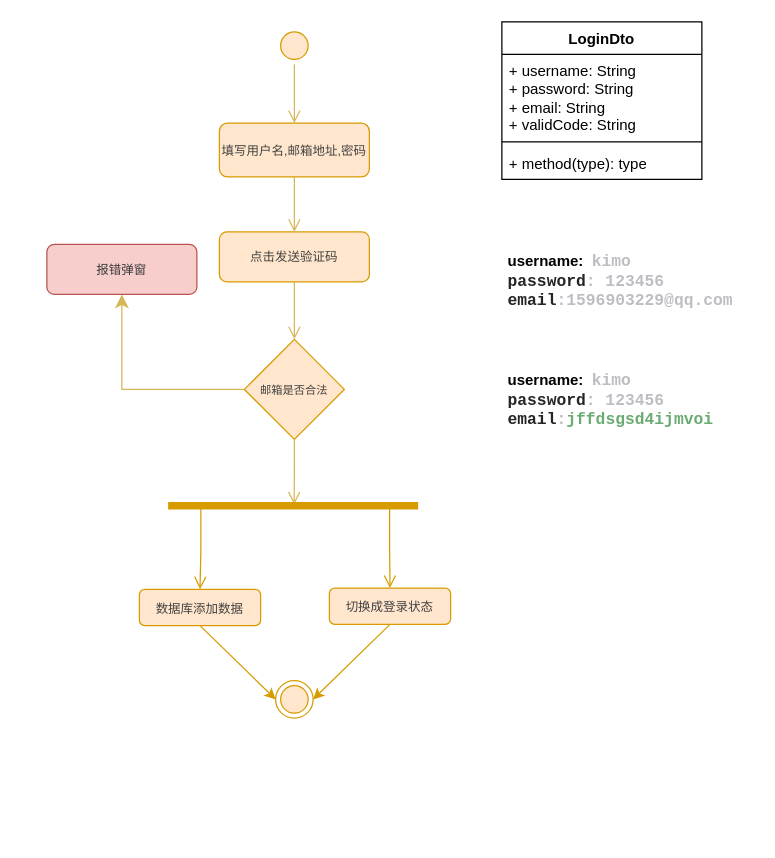
This is prds/业务流程图.drawio from matrix-johnjohn/EatGo-Ordering-App, a draw.io file, before an edit. Source tidied: cells renumbered, new cells numbered last; positions are measured from the earlier drawing's top-left corner, leaving out a move shared by most shapes. Both pictures are drawn from the tidied source at 125%, with x=0, y=0 at pixel (46, 21).
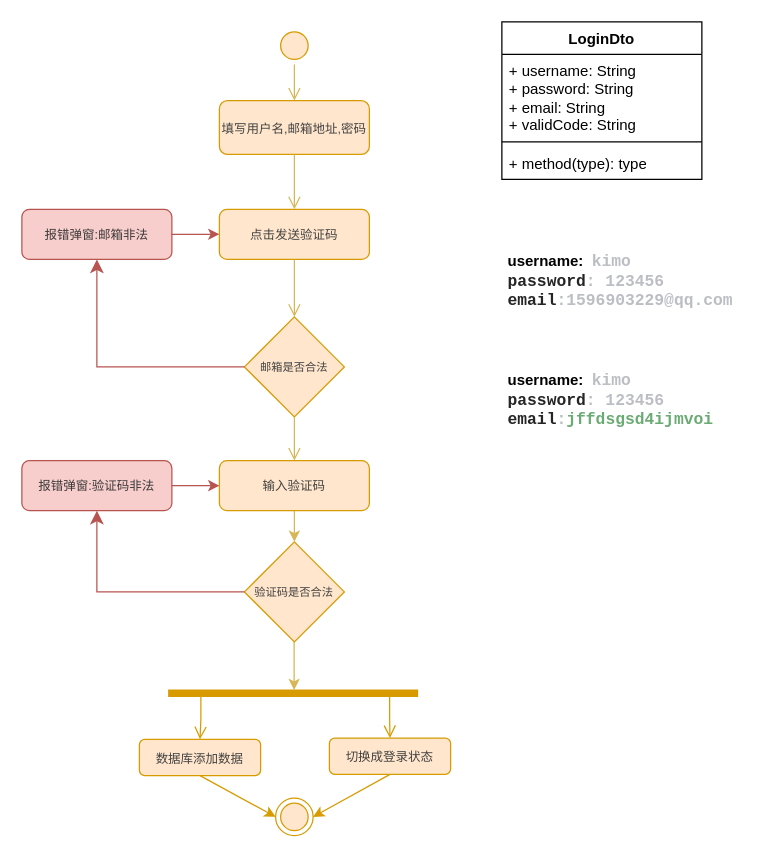
After the change.

What changed in the source:
```diff
@@
     <mxCell id="2" style="ellipse;html=1;shape=endState;fillColor=#ffe6cc;strokeColor=#d79b00;" parent="1" vertex="1">
-      <mxGeometry x="183" y="527" width="30" height="30" as="geometry" />
+      <mxGeometry x="183" y="621" width="30" height="30" as="geometry" />
     </mxCell>
@@
     <mxCell id="5" value="&lt;font style=&quot;color: rgb(66, 66, 66); font-size: 10px;&quot;&gt;填写用户名,邮箱地址,密码&lt;/font&gt;" style="rounded=1;whiteSpace=wrap;html=1;fillColor=#ffe6cc;strokeColor=#d79b00;" parent="1" vertex="1">
-      <mxGeometry x="138" y="81" width="120" height="43" as="geometry" />
+      <mxGeometry x="138" y="63" width="120" height="43" as="geometry" />
     </mxCell>
     <mxCell id="6" value="&lt;font style=&quot;color: rgb(66, 66, 66); font-size: 10px;&quot;&gt;点击发送验证码&lt;/font&gt;" style="rounded=1;whiteSpace=wrap;html=1;fillColor=#ffe6cc;strokeColor=#d79b00;" parent="1" vertex="1">
-      <mxGeometry x="138" y="168" width="120" height="40" as="geometry" />
+      <mxGeometry x="138" y="150" width="120" height="40" as="geometry" />
     </mxCell>
@@
     <mxCell id="9" value="&lt;font style=&quot;font-size: 9px; color: rgb(66, 66, 66);&quot;&gt;邮箱是否合法&lt;/font&gt;" style="rhombus;whiteSpace=wrap;html=1;fillColor=#ffe6cc;strokeColor=#d79b00;" parent="1" vertex="1">
-      <mxGeometry x="158" y="254" width="80" height="80" as="geometry" />
+      <mxGeometry x="158" y="236" width="80" height="80" as="geometry" />
     </mxCell>
-    <mxCell id="10" style="edgeStyle=segmentEdgeStyle;endArrow=classic;html=1;curved=0;rounded=0;endSize=8;startSize=8;fillColor=#fff2cc;strokeColor=#d6b656;exitX=0;exitY=0.5;exitDx=0;exitDy=0;entryX=0.5;entryY=1;entryDx=0;entryDy=0;" parent="1" edge="1" source="9" target="11">
+    <mxCell id="10" style="edgeStyle=segmentEdgeStyle;endArrow=classic;html=1;curved=0;rounded=0;endSize=8;startSize=8;fillColor=#f8cecc;strokeColor=#b85450;exitX=0;exitY=0.5;exitDx=0;exitDy=0;entryX=0.5;entryY=1;entryDx=0;entryDy=0;" parent="1" edge="1" source="9" target="11">
       <mxGeometry relative="1" as="geometry" />
     </mxCell>
+    <mxCell id="26" style="edgeStyle=orthogonalEdgeStyle;rounded=0;orthogonalLoop=1;jettySize=auto;html=1;fillColor=#f8cecc;strokeColor=#b85450;" parent="1" edge="1">
+      <mxGeometry relative="1" as="geometry">
+        <mxPoint x="99" y="169.9" as="sourcePoint" />
+        <mxPoint x="138" y="169.9" as="targetPoint" />
+        <Array as="points">
+          <mxPoint x="126" y="169.9" />
+          <mxPoint x="126" y="169.9" />
+        </Array>
+      </mxGeometry>
+    </mxCell>
-    <mxCell id="11" value="&lt;span style=&quot;font-size: 10px;&quot;&gt;&lt;font style=&quot;color: rgb(58, 58, 58);&quot;&gt;报错弹窗&lt;/font&gt;&lt;/span&gt;" style="rounded=1;whiteSpace=wrap;html=1;fillColor=#f8cecc;strokeColor=#b85450;" parent="1" vertex="1">
-      <mxGeometry y="178" width="120" height="40" as="geometry" />
+    <mxCell id="11" value="&lt;span style=&quot;font-size: 10px;&quot;&gt;&lt;font style=&quot;color: rgb(58, 58, 58);&quot;&gt;报错弹窗:邮箱非法&lt;/font&gt;&lt;/span&gt;" style="rounded=1;whiteSpace=wrap;html=1;fillColor=#f8cecc;strokeColor=#b85450;" parent="1" vertex="1">
+      <mxGeometry x="-20" y="150" width="120" height="40" as="geometry" />
     </mxCell>
-    <mxCell id="12" style="edgeStyle=orthogonalEdgeStyle;html=1;verticalAlign=bottom;endArrow=open;endSize=8;strokeColor=#d6b656;rounded=0;fillColor=#fff2cc;exitX=0.5;exitY=1;exitDx=0;exitDy=0;entryX=0.504;entryY=0.414;entryDx=0;entryDy=0;entryPerimeter=0;" parent="1" edge="1" source="9" target="13">
+    <mxCell id="12" style="edgeStyle=orthogonalEdgeStyle;html=1;verticalAlign=bottom;endArrow=open;endSize=8;strokeColor=#d6b656;rounded=0;fillColor=#fff2cc;exitX=0.5;exitY=1;exitDx=0;exitDy=0;entryX=0.5;entryY=0;entryDx=0;entryDy=0;" parent="1" edge="1" source="9" target="28">
       <mxGeometry relative="1" as="geometry" />
     </mxCell>
     <mxCell id="13" style="shape=line;html=1;strokeWidth=6;strokeColor=#d79b00;fillColor=#ffe6cc;" parent="1" vertex="1">
-      <mxGeometry x="97" y="382" width="200" height="10" as="geometry" />
+      <mxGeometry x="97" y="532" width="200" height="10" as="geometry" />
     </mxCell>
@@
     <mxCell id="15" value="&lt;font color=&quot;#424242&quot;&gt;&lt;span style=&quot;font-size: 10px;&quot;&gt;数据库添加数据&lt;/span&gt;&lt;/font&gt;" style="rounded=1;whiteSpace=wrap;html=1;fillColor=#ffe6cc;strokeColor=#d79b00;" parent="1" vertex="1">
-      <mxGeometry x="74" y="454" width="97" height="29" as="geometry" />
+      <mxGeometry x="74" y="574" width="97" height="29" as="geometry" />
     </mxCell>
@@
     <mxCell id="17" value="&lt;font color=&quot;#424242&quot;&gt;&lt;span style=&quot;font-size: 10px;&quot;&gt;切换成登录状态&lt;/span&gt;&lt;/font&gt;" style="rounded=1;whiteSpace=wrap;html=1;fillColor=#ffe6cc;strokeColor=#d79b00;" parent="1" vertex="1">
-      <mxGeometry x="226" y="453" width="97" height="29" as="geometry" />
+      <mxGeometry x="226" y="573" width="97" height="29" as="geometry" />
     </mxCell>
@@
+    <mxCell id="27" style="edgeStyle=orthogonalEdgeStyle;rounded=0;jettySize=auto;html=1;fillColor=#fff2cc;strokeColor=#d6b656;" parent="1" edge="1" source="28" target="30">
+      <mxGeometry relative="1" as="geometry" />
+    </mxCell>
+    <mxCell id="28" value="&lt;font style=&quot;color: rgb(66, 66, 66); font-size: 10px;&quot;&gt;输入验证码&lt;/font&gt;" style="rounded=1;whiteSpace=wrap;html=1;fillColor=#ffe6cc;strokeColor=#d79b00;" parent="1" vertex="1">
+      <mxGeometry x="138" y="351" width="120" height="40" as="geometry" />
+    </mxCell>
+    <mxCell id="29" style="edgeStyle=orthogonalEdgeStyle;rounded=0;jettySize=auto;html=1;fillColor=#fff2cc;strokeColor=#d6b656;entryX=0.504;entryY=0.26;entryDx=0;entryDy=0;entryPerimeter=0;" parent="1" edge="1" source="30" target="13">
+      <mxGeometry relative="1" as="geometry">
+        <Array as="points">
+          <mxPoint x="198" y="535" />
+          <mxPoint x="198" y="535" />
+        </Array>
+      </mxGeometry>
+    </mxCell>
+    <mxCell id="30" value="&lt;font style=&quot;font-size: 9px; color: rgb(66, 66, 66);&quot;&gt;验证码是否合法&lt;/font&gt;" style="rhombus;whiteSpace=wrap;html=1;fillColor=#ffe6cc;strokeColor=#d79b00;" parent="1" vertex="1">
+      <mxGeometry x="158" y="416" width="80" height="80" as="geometry" />
+    </mxCell>
+    <mxCell id="31" style="edgeStyle=segmentEdgeStyle;endArrow=classic;html=1;curved=0;rounded=0;endSize=8;startSize=8;fillColor=#f8cecc;strokeColor=#b85450;exitX=0;exitY=0.5;exitDx=0;exitDy=0;entryX=0.5;entryY=1;entryDx=0;entryDy=0;" parent="1" edge="1" source="30" target="33">
+      <mxGeometry relative="1" as="geometry" />
+    </mxCell>
+    <mxCell id="32" style="edgeStyle=orthogonalEdgeStyle;rounded=0;jettySize=auto;html=1;fillColor=#f8cecc;strokeColor=#b85450;" parent="1" edge="1" source="33" target="28">
+      <mxGeometry relative="1" as="geometry" />
+    </mxCell>
+    <mxCell id="33" value="&lt;span style=&quot;font-size: 10px;&quot;&gt;&lt;font style=&quot;color: rgb(58, 58, 58);&quot;&gt;报错弹窗:验证码非法&lt;/font&gt;&lt;/span&gt;" style="rounded=1;whiteSpace=wrap;html=1;fillColor=#f8cecc;strokeColor=#b85450;" parent="1" vertex="1">
+      <mxGeometry x="-20" y="351" width="120" height="40" as="geometry" />
+    </mxCell>
```
